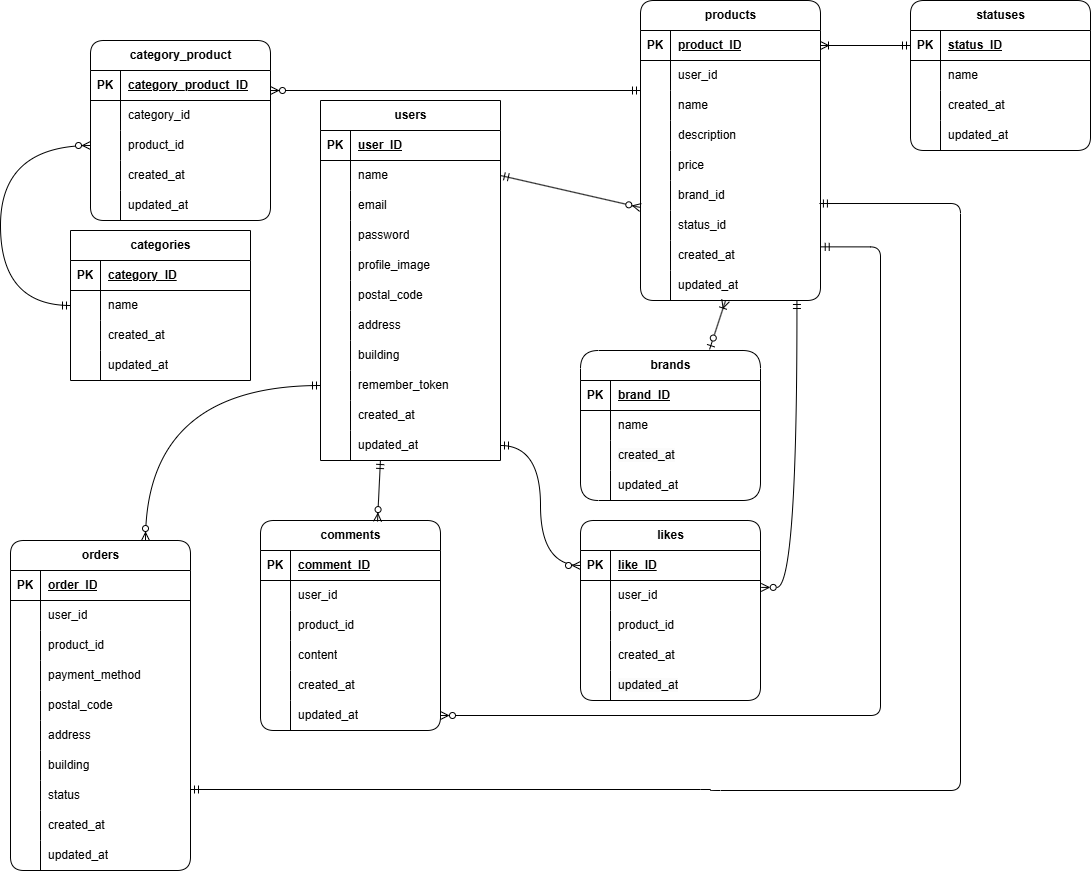
The draw.io diagram readme-assets/table.drawio.png in yoki229/COACHTECHfurima, before a commit. Source tidied: cells renumbered, new cells last; positions are measured from the earlier drawing's top-left corner, leaving out a move shared by most shapes.
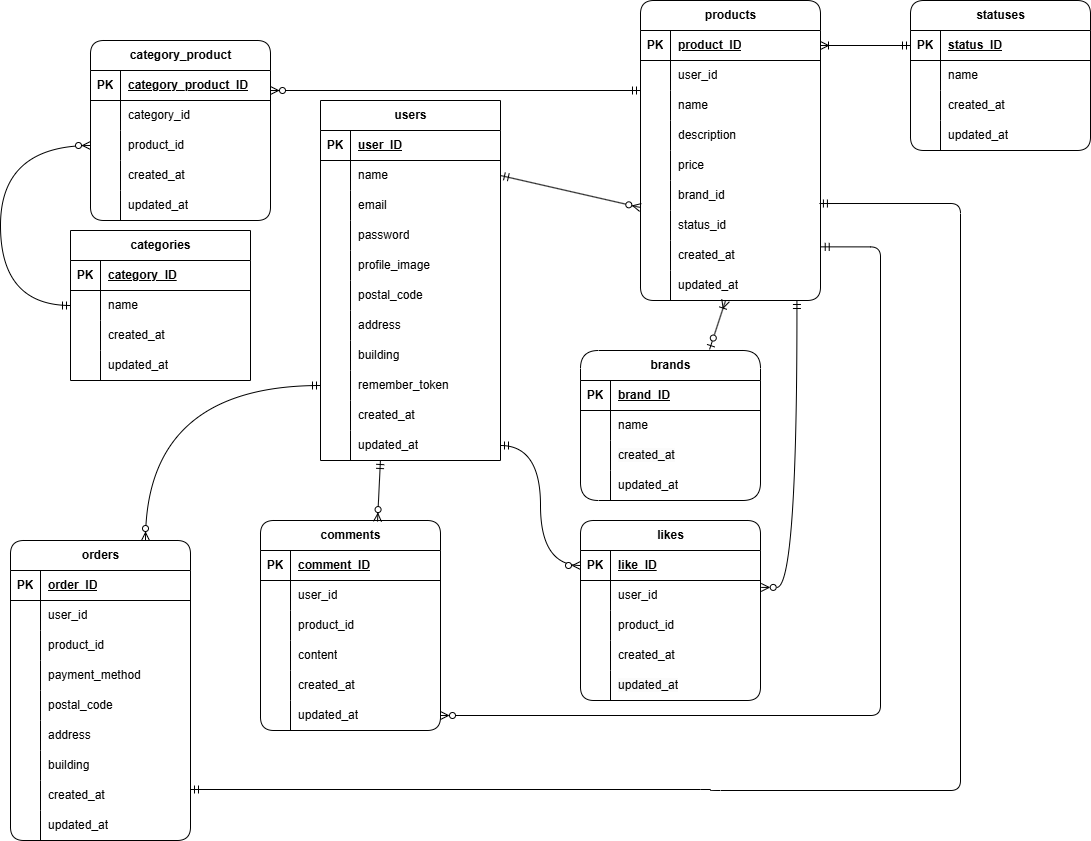
After the change.

Change to the diagram source:
```diff
@@ -189,7 +189,7 @@
       <mxGeometry x="30" width="150" height="30" as="geometry" />
     </mxCell>
     <mxCell id="64" value="orders" style="shape=table;startSize=30;rowLines=0;fontStyle=1;align=center;html=1;rounded=1;" parent="1" vertex="1">
-      <mxGeometry x="10" y="540" width="180" height="330" as="geometry" />
+      <mxGeometry x="10" y="540" width="180" height="300" as="geometry" />
     </mxCell>
     <mxCell id="65" style="shape=tableRow;horizontal=0;startSize=0;swimlaneHead=0;swimlaneBody=0;fillColor=none;top=0;left=0;right=0;bottom=1;" parent="64" vertex="1">
       <mxGeometry y="30" width="180" height="30" as="geometry" />
@@ -254,17 +254,8 @@
     <mxCell id="85" value="building" style="shape=partialRectangle;fillColor=none;top=0;left=0;bottom=0;right=0;align=left;spacingLeft=6;overflow=hidden;whiteSpace=wrap;html=1;" parent="83" vertex="1">
       <mxGeometry x="30" width="150" height="30" as="geometry" />
     </mxCell>
-    <mxCell id="86" style="shape=tableRow;horizontal=0;startSize=0;swimlaneHead=0;swimlaneBody=0;fillColor=none;top=0;left=0;right=0;bottom=0;" parent="64" vertex="1">
-      <mxGeometry y="240" width="180" height="30" as="geometry" />
-    </mxCell>
-    <mxCell id="87" style="shape=partialRectangle;fillColor=none;top=0;left=0;bottom=0;right=0;overflow=hidden;whiteSpace=wrap;html=1;" parent="86" vertex="1">
-      <mxGeometry width="30" height="30" as="geometry" />
-    </mxCell>
-    <mxCell id="88" value="status" style="shape=partialRectangle;fillColor=none;top=0;left=0;bottom=0;right=0;align=left;spacingLeft=6;overflow=hidden;whiteSpace=wrap;html=1;" parent="86" vertex="1">
-      <mxGeometry x="30" width="150" height="30" as="geometry" />
-    </mxCell>
     <mxCell id="89" style="shape=tableRow;horizontal=0;startSize=0;swimlaneHead=0;swimlaneBody=0;fillColor=none;top=0;left=0;right=0;bottom=0;" parent="64" vertex="1">
-      <mxGeometry y="270" width="180" height="30" as="geometry" />
+      <mxGeometry y="240" width="180" height="30" as="geometry" />
     </mxCell>
     <mxCell id="90" style="shape=partialRectangle;fillColor=none;top=0;left=0;bottom=0;right=0;overflow=hidden;whiteSpace=wrap;html=1;" parent="89" vertex="1">
       <mxGeometry width="30" height="30" as="geometry" />
@@ -273,7 +264,7 @@
       <mxGeometry x="30" width="150" height="30" as="geometry" />
     </mxCell>
     <mxCell id="92" style="shape=tableRow;horizontal=0;startSize=0;swimlaneHead=0;swimlaneBody=0;fillColor=none;top=0;left=0;right=0;bottom=0;" parent="64" vertex="1">
-      <mxGeometry y="300" width="180" height="30" as="geometry" />
+      <mxGeometry y="270" width="180" height="30" as="geometry" />
     </mxCell>
     <mxCell id="93" style="shape=partialRectangle;fillColor=none;top=0;left=0;bottom=0;right=0;overflow=hidden;whiteSpace=wrap;html=1;" parent="92" vertex="1">
       <mxGeometry width="30" height="30" as="geometry" />
```
